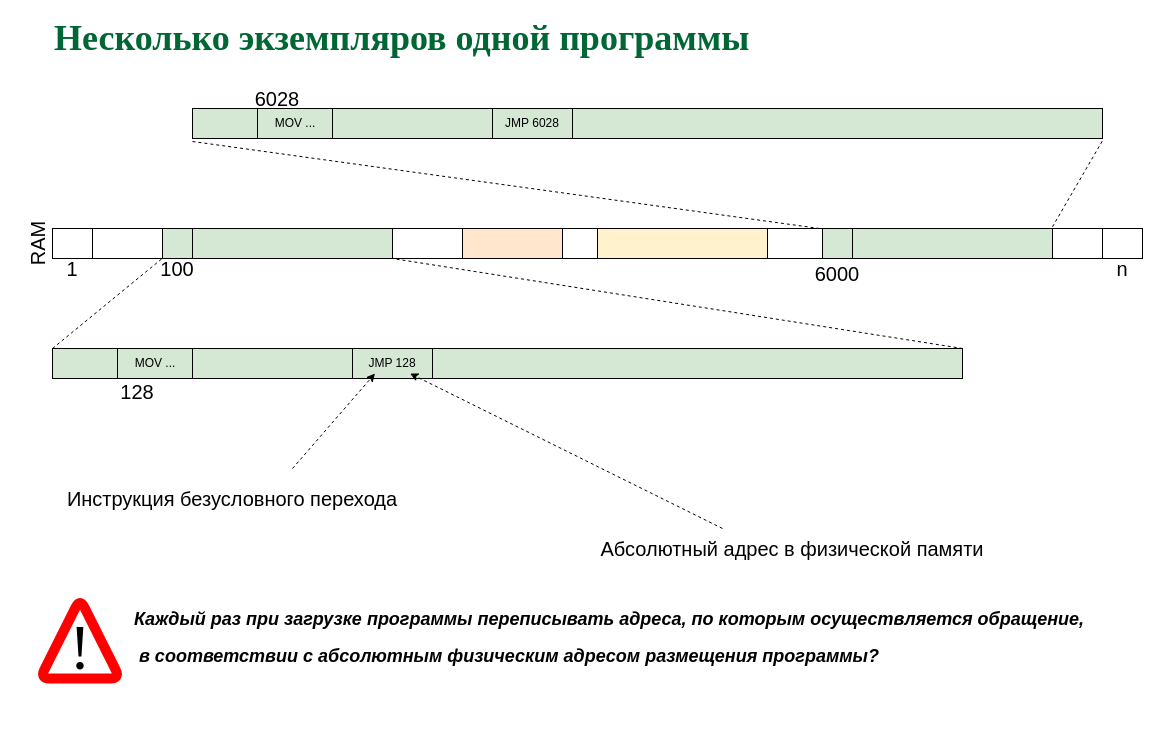
Before: page "P08" (8 of 46) of slides/memmgt.drawio in 77maxikov/os_course, a draw.io diagram. Source tidied: cells renumbered, new cells numbered last; positions are measured from the earlier drawing's top-left corner, leaving out a move shared by most shapes. Both pictures are drawn from the tidied source at 100%, with x=0, y=0 at pixel (12, 28).
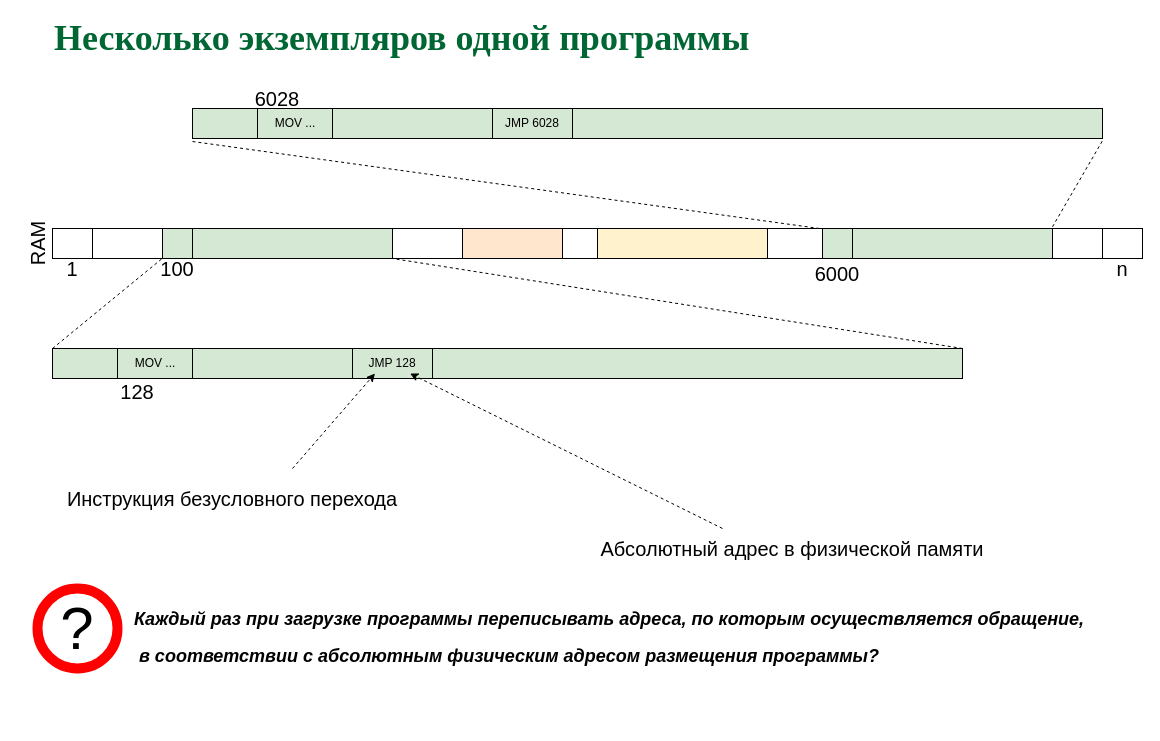
The same page after the edit.

The edit, as a diff of the source:
```diff
@@
-    <mxCell id="38" style="group;" parent="1" vertex="1">
-      <mxGeometry x="27.5" y="570" width="80" height="80" as="geometry" />
-    </mxCell>
-    <mxCell id="39" style="endArrow=none;html=1;strokeWidth=10;strokeColor=#FF0000;jumpStyle=arc;" parent="38" edge="1">
-      <mxGeometry relative="1" as="geometry">
-        <mxPoint x="40" y="80" as="sourcePoint" />
-        <mxPoint x="40" y="80" as="targetPoint" />
-        <Array as="points">
-          <mxPoint y="80" />
-          <mxPoint x="40" />
-          <mxPoint x="80" y="80" />
-        </Array>
-      </mxGeometry>
-    </mxCell>
-    <mxCell id="40" value="&lt;font style=&quot;font-size: 63px&quot;&gt;!&lt;/font&gt;" style="text;html=1;strokeColor=none;fillColor=none;align=center;verticalAlign=middle;whiteSpace=wrap;rounded=0;fontFamily=Times New Roman;" parent="38" vertex="1">
-      <mxGeometry x="20" y="40" width="40" height="20" as="geometry" />
-    </mxCell>
+    <mxCell id="41" value="&lt;font style=&quot;font-size: 60px&quot;&gt;?&lt;/font&gt;" style="ellipse;whiteSpace=wrap;html=1;strokeColor=#FF0000;strokeWidth=10;" parent="1" vertex="1">
+      <mxGeometry x="25" y="560" width="80" height="80" as="geometry" />
+    </mxCell>
```
